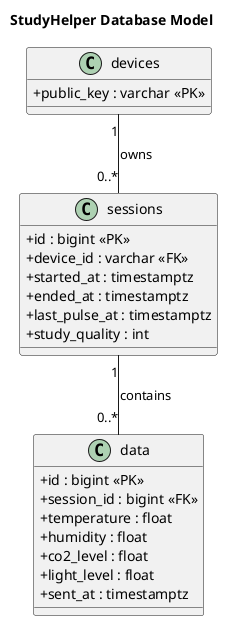
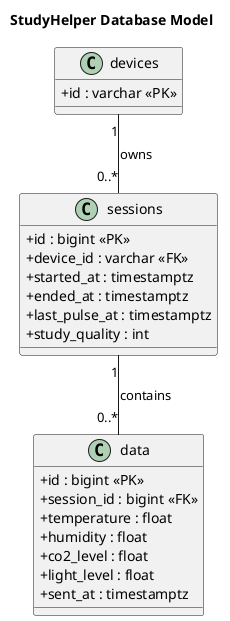
@startuml
title StudyHelper Database Model
skinparam shadowing false
skinparam classAttributeIconSize 0
skinparam defaultFontName Arial

class devices {
-   +public_key : varchar <<PK>>
+   +id : varchar <<PK>>
}

class sessions {
  +id : bigint <<PK>>
  +device_id : varchar <<FK>>
  +started_at : timestamptz
  +ended_at : timestamptz
  +last_pulse_at : timestamptz
  +study_quality : int
}

class data {
  +id : bigint <<PK>>
  +session_id : bigint <<FK>>
  +temperature : float
  +humidity : float
  +co2_level : float
  +light_level : float
  +sent_at : timestamptz
}

devices "1" -- "0..*" sessions : owns
sessions "1" -- "0..*" data : contains
@enduml

